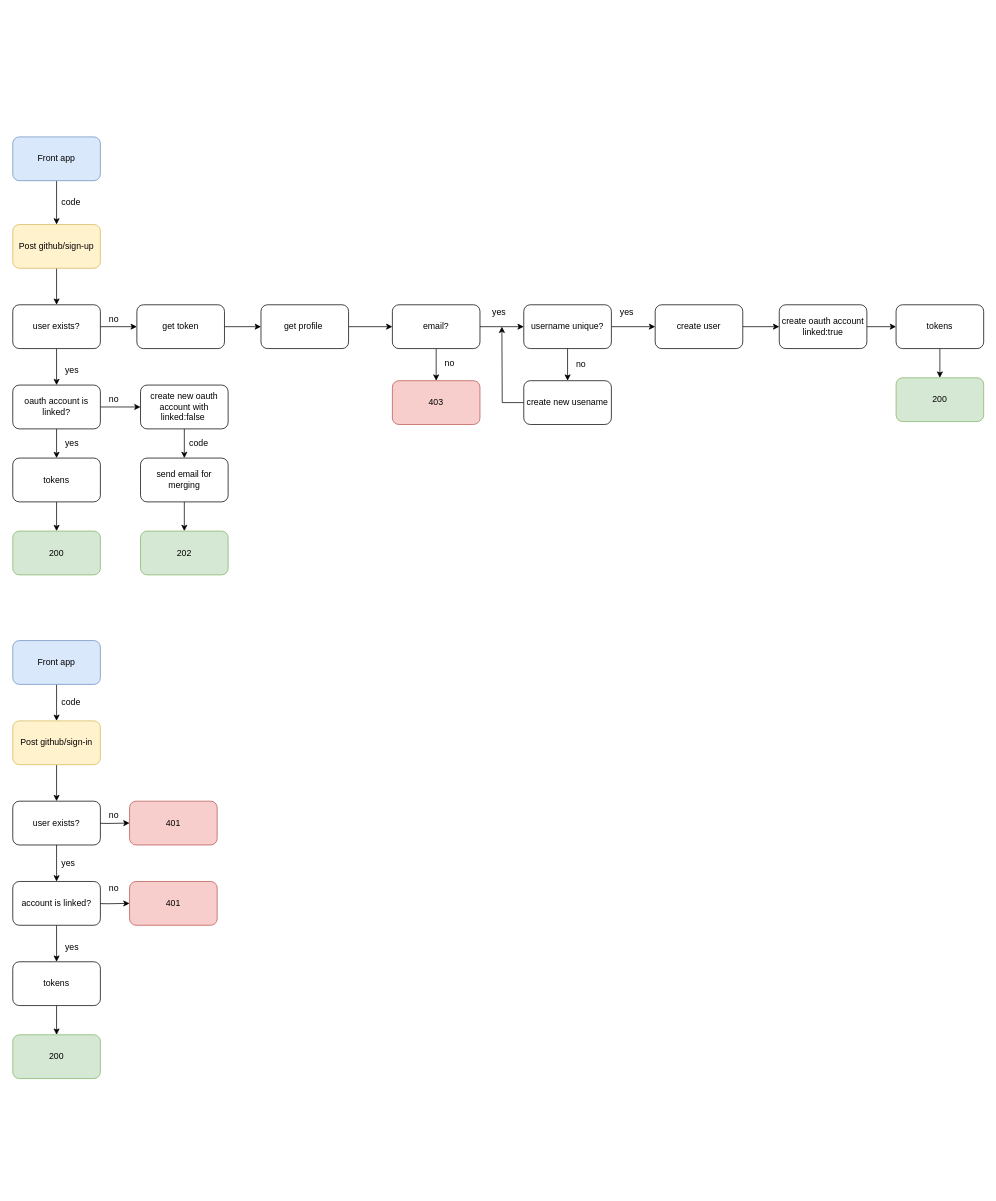
This is oauth.schema.drawio from INCTAGRAM/inctagram-back, a draw.io file, before an edit. Source tidied: cells renumbered, new cells numbered last; positions are measured from the earlier drawing's top-left corner, leaving out a move shared by most shapes. Both pictures are drawn from the tidied source at 73%, with x=0, y=0 at pixel (12, 137).
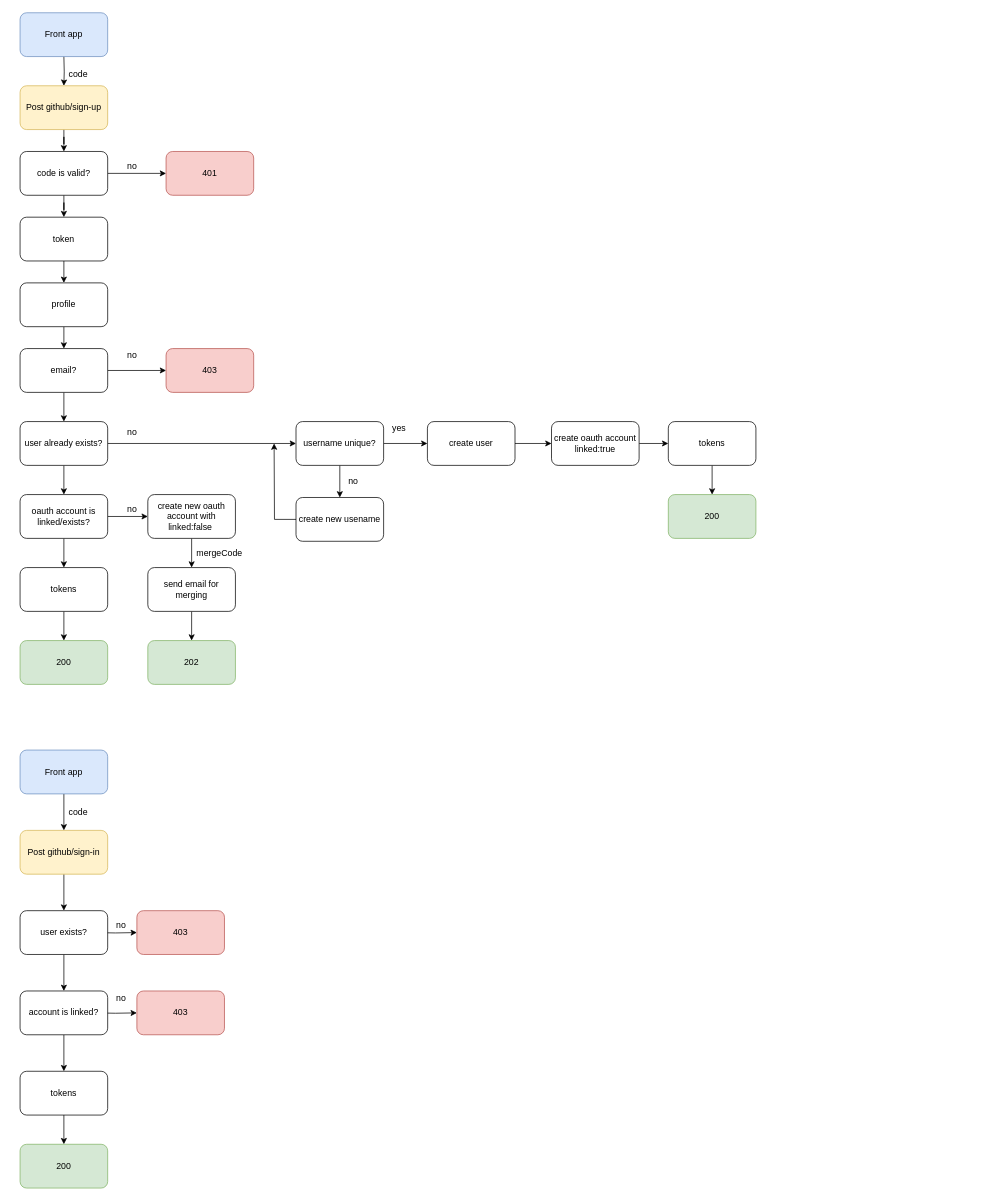
The same page after the edit.

Commit message:
fix: oauth struct schema

Change to the diagram source:
```diff
@@
-    <mxCell id="2" style="edgeStyle=orthogonalEdgeStyle;rounded=0;jettySize=auto;html=1;exitX=0.5;exitY=1;exitDx=0;exitDy=0;" parent="1" edge="1" source="3" target="7">
-      <mxGeometry relative="1" as="geometry" />
-    </mxCell>
+    <mxCell id="70" style="edgeStyle=orthogonalEdgeStyle;rounded=0;jettySize=auto;html=1;exitX=0.5;exitY=1;exitDx=0;exitDy=0;" parent="1" edge="1" source="3" target="79">
+      <mxGeometry relative="1" as="geometry" />
+    </mxCell>
     <mxCell id="3" value="Post github/sign-up" style="rounded=1;whiteSpace=wrap;html=1;fillColor=#fff2cc;strokeColor=#d6b656;" parent="1" vertex="1">
-      <mxGeometry y="120" width="120" height="60" as="geometry" />
+      <mxGeometry x="10" y="-70" width="120" height="60" as="geometry" />
     </mxCell>
     <mxCell id="4" value="code" style="text;html=1;align=left;verticalAlign=top;spacingTop=-4;" parent="1" vertex="1">
-      <mxGeometry x="65" y="80" width="40" height="20" as="geometry" />
+      <mxGeometry x="75" y="-95" width="40" height="20" as="geometry" />
     </mxCell>
@@
-    <mxCell id="6" style="edgeStyle=orthogonalEdgeStyle;rounded=0;jettySize=auto;html=1;exitX=1;exitY=0.5;exitDx=0;exitDy=0;" parent="1" edge="1" source="7" target="19">
-      <mxGeometry relative="1" as="geometry" />
-    </mxCell>
+    <mxCell id="71" style="edgeStyle=orthogonalEdgeStyle;rounded=0;jettySize=auto;html=1;exitX=1;exitY=0.5;exitDx=0;exitDy=0;entryX=0;entryY=0.5;entryDx=0;entryDy=0;" parent="1" edge="1" source="7" target="40">
+      <mxGeometry relative="1" as="geometry" />
+    </mxCell>
-    <mxCell id="7" value="user exists?" style="rounded=1;whiteSpace=wrap;html=1;" parent="1" vertex="1">
-      <mxGeometry y="230" width="120" height="60" as="geometry" />
+    <mxCell id="7" value="user already exists?" style="rounded=1;whiteSpace=wrap;html=1;" parent="1" vertex="1">
+      <mxGeometry x="10" y="390" width="120" height="60" as="geometry" />
     </mxCell>
@@
-    <mxCell id="10" value="oauth account is linked?" style="rounded=1;whiteSpace=wrap;html=1;" parent="1" vertex="1">
-      <mxGeometry y="340" width="120" height="60" as="geometry" />
+    <mxCell id="10" value="oauth account is linked/exists?" style="rounded=1;whiteSpace=wrap;html=1;" parent="1" vertex="1">
+      <mxGeometry x="10" y="490" width="120" height="60" as="geometry" />
     </mxCell>
-    <mxCell id="11" value="yes" style="text;html=1;align=left;verticalAlign=top;spacingTop=-4;" parent="1" vertex="1">
-      <mxGeometry x="70" y="310" width="30" height="20" as="geometry" />
-    </mxCell>
@@
     <mxCell id="13" value="tokens" style="rounded=1;whiteSpace=wrap;html=1;" parent="1" vertex="1">
-      <mxGeometry y="440" width="120" height="60" as="geometry" />
+      <mxGeometry x="10" y="590" width="120" height="60" as="geometry" />
     </mxCell>
-    <mxCell id="14" value="yes" style="text;html=1;align=left;verticalAlign=top;spacingTop=-4;" parent="1" vertex="1">
-      <mxGeometry x="70" y="410" width="30" height="20" as="geometry" />
-    </mxCell>
@@
     <mxCell id="16" value="send email for merging" style="rounded=1;whiteSpace=wrap;html=1;" parent="1" vertex="1">
-      <mxGeometry x="175" y="440" width="120" height="60" as="geometry" />
+      <mxGeometry x="185" y="590" width="120" height="60" as="geometry" />
     </mxCell>
     <mxCell id="17" value="no" style="text;html=1;align=left;verticalAlign=top;spacingTop=-4;" parent="1" vertex="1">
-      <mxGeometry x="130" y="350" width="30" height="20" as="geometry" />
+      <mxGeometry x="155" y="500" width="30" height="20" as="geometry" />
     </mxCell>
-    <mxCell id="18" style="edgeStyle=orthogonalEdgeStyle;rounded=0;jettySize=auto;html=1;exitX=1;exitY=0.5;exitDx=0;exitDy=0;entryX=0;entryY=0.5;entryDx=0;entryDy=0;" parent="1" edge="1" source="19" target="21">
-      <mxGeometry relative="1" as="geometry" />
-    </mxCell>
-    <mxCell id="19" value="get token" style="rounded=1;whiteSpace=wrap;html=1;" parent="1" vertex="1">
-      <mxGeometry x="170" y="230" width="120" height="60" as="geometry" />
-    </mxCell>
-    <mxCell id="20" style="edgeStyle=orthogonalEdgeStyle;rounded=0;jettySize=auto;html=1;exitX=1;exitY=0.5;exitDx=0;exitDy=0;" parent="1" edge="1" source="21" target="34">
-      <mxGeometry relative="1" as="geometry" />
-    </mxCell>
-    <mxCell id="21" value="get profile&amp;nbsp;" style="rounded=1;whiteSpace=wrap;html=1;" parent="1" vertex="1">
-      <mxGeometry x="340" y="230" width="120" height="60" as="geometry" />
-    </mxCell>
@@
     <mxCell id="23" value="create user" style="rounded=1;whiteSpace=wrap;html=1;" parent="1" vertex="1">
-      <mxGeometry x="880" y="230" width="120" height="60" as="geometry" />
+      <mxGeometry x="568" y="390" width="120" height="60" as="geometry" />
     </mxCell>
@@
     <mxCell id="25" value="create oauth account&lt;br&gt;linked:true" style="rounded=1;whiteSpace=wrap;html=1;" parent="1" vertex="1">
-      <mxGeometry x="1050" y="230" width="120" height="60" as="geometry" />
+      <mxGeometry x="738" y="390" width="120" height="60" as="geometry" />
     </mxCell>
@@
     <mxCell id="27" value="tokens" style="rounded=1;whiteSpace=wrap;html=1;" parent="1" vertex="1">
-      <mxGeometry x="1210" y="230" width="120" height="60" as="geometry" />
+      <mxGeometry x="898" y="390" width="120" height="60" as="geometry" />
     </mxCell>
     <mxCell id="28" value="202" style="rounded=1;whiteSpace=wrap;html=1;fillColor=#d5e8d4;strokeColor=#82b366;" parent="1" vertex="1">
-      <mxGeometry x="175" y="540" width="120" height="60" as="geometry" />
+      <mxGeometry x="185" y="690" width="120" height="60" as="geometry" />
     </mxCell>
     <mxCell id="29" value="200" style="rounded=1;whiteSpace=wrap;html=1;fillColor=#d5e8d4;strokeColor=#82b366;" parent="1" vertex="1">
-      <mxGeometry y="540" width="120" height="60" as="geometry" />
+      <mxGeometry x="10" y="690" width="120" height="60" as="geometry" />
     </mxCell>
     <mxCell id="30" value="200" style="rounded=1;whiteSpace=wrap;html=1;fillColor=#d5e8d4;strokeColor=#82b366;" parent="1" vertex="1">
-      <mxGeometry x="1210" y="330" width="120" height="60" as="geometry" />
+      <mxGeometry x="898" y="490" width="120" height="60" as="geometry" />
     </mxCell>
-    <mxCell id="31" value="no" style="text;html=1;align=left;verticalAlign=top;spacingTop=-4;" parent="1" vertex="1">
-      <mxGeometry x="130" y="240" width="30" height="20" as="geometry" />
-    </mxCell>
-    <mxCell id="32" style="edgeStyle=orthogonalEdgeStyle;rounded=0;jettySize=auto;html=1;exitX=0.5;exitY=1;exitDx=0;exitDy=0;entryX=0.5;entryY=0;entryDx=0;entryDy=0;" parent="1" edge="1" source="34" target="36">
-      <mxGeometry relative="1" as="geometry" />
-    </mxCell>
-    <mxCell id="33" style="edgeStyle=orthogonalEdgeStyle;rounded=0;jettySize=auto;html=1;exitX=1;exitY=0.5;exitDx=0;exitDy=0;entryX=0;entryY=0.5;entryDx=0;entryDy=0;" parent="1" edge="1" source="34" target="40">
-      <mxGeometry relative="1" as="geometry" />
-    </mxCell>
-    <mxCell id="34" value="email?" style="rounded=1;whiteSpace=wrap;html=1;" parent="1" vertex="1">
-      <mxGeometry x="520" y="230" width="120" height="60" as="geometry" />
-    </mxCell>
-    <mxCell id="35" value="yes" style="text;html=1;align=left;verticalAlign=top;spacingTop=-4;" parent="1" vertex="1">
-      <mxGeometry x="655" y="230" width="30" height="20" as="geometry" />
+    <mxCell id="35" value="no" style="text;html=1;align=left;verticalAlign=top;spacingTop=-4;" parent="1" vertex="1">
+      <mxGeometry x="155" y="395" width="30" height="20" as="geometry" />
     </mxCell>
     <mxCell id="36" value="403" style="rounded=1;whiteSpace=wrap;html=1;fillColor=#f8cecc;strokeColor=#b85450;" parent="1" vertex="1">
-      <mxGeometry x="520" y="334" width="120" height="60" as="geometry" />
+      <mxGeometry x="210" y="290" width="120" height="60" as="geometry" />
     </mxCell>
     <mxCell id="37" value="no" style="text;html=1;align=left;verticalAlign=top;spacingTop=-4;" parent="1" vertex="1">
-      <mxGeometry x="590" y="300" width="30" height="20" as="geometry" />
+      <mxGeometry x="155" y="290" width="30" height="20" as="geometry" />
     </mxCell>
@@
     <mxCell id="40" value="username unique?" style="rounded=1;whiteSpace=wrap;html=1;" parent="1" vertex="1">
-      <mxGeometry x="700" y="230" width="120" height="60" as="geometry" />
+      <mxGeometry x="388" y="390" width="120" height="60" as="geometry" />
     </mxCell>
     <mxCell id="41" value="yes" style="text;html=1;align=left;verticalAlign=top;spacingTop=-4;" parent="1" vertex="1">
-      <mxGeometry x="830" y="230" width="30" height="20" as="geometry" />
+      <mxGeometry x="518" y="390" width="30" height="20" as="geometry" />
     </mxCell>
     <mxCell id="42" style="edgeStyle=orthogonalEdgeStyle;rounded=0;jettySize=auto;html=1;exitX=0;exitY=0.5;exitDx=0;exitDy=0;" parent="1" edge="1" source="43">
       <mxGeometry relative="1" as="geometry">
-        <mxPoint x="670" y="260" as="targetPoint" />
+        <mxPoint x="358" y="420" as="targetPoint" />
       </mxGeometry>
     </mxCell>
     <mxCell id="43" value="create new usename" style="rounded=1;whiteSpace=wrap;html=1;" parent="1" vertex="1">
-      <mxGeometry x="700" y="334" width="120" height="60" as="geometry" />
+      <mxGeometry x="388" y="494" width="120" height="60" as="geometry" />
     </mxCell>
@@
     <mxCell id="45" value="create new oauth account with linked:false&amp;nbsp;" style="rounded=1;whiteSpace=wrap;html=1;" parent="1" vertex="1">
-      <mxGeometry x="175" y="340" width="120" height="60" as="geometry" />
+      <mxGeometry x="185" y="490" width="120" height="60" as="geometry" />
     </mxCell>
-    <mxCell id="46" value="code" style="text;html=1;align=left;verticalAlign=top;spacingTop=-4;" parent="1" vertex="1">
-      <mxGeometry x="240" y="410" width="40" height="20" as="geometry" />
+    <mxCell id="46" value="mergeCode&amp;nbsp;" style="text;html=1;align=left;verticalAlign=top;spacingTop=-4;" parent="1" vertex="1">
+      <mxGeometry x="250" y="560" width="80" height="20" as="geometry" />
     </mxCell>
@@
     <mxCell id="48" value="Post github/sign-in" style="rounded=1;whiteSpace=wrap;html=1;fillColor=#fff2cc;strokeColor=#d6b656;" parent="1" vertex="1">
-      <mxGeometry y="800" width="120" height="60" as="geometry" />
+      <mxGeometry x="10" y="950" width="120" height="60" as="geometry" />
     </mxCell>
     <mxCell id="49" value="no" style="text;html=1;align=left;verticalAlign=top;spacingTop=-4;" parent="1" vertex="1">
-      <mxGeometry x="770" y="302" width="30" height="20" as="geometry" />
+      <mxGeometry x="458" y="462" width="30" height="20" as="geometry" />
     </mxCell>
-    <mxCell id="50" style="edgeStyle=orthogonalEdgeStyle;rounded=0;jettySize=auto;html=1;entryX=0.5;entryY=0;entryDx=0;entryDy=0;" parent="1" edge="1" source="51" target="3">
-      <mxGeometry relative="1" as="geometry" />
+    <mxCell id="50" style="edgeStyle=orthogonalEdgeStyle;rounded=0;jettySize=auto;html=1;entryX=0.5;entryY=0;entryDx=0;entryDy=0;" parent="1" edge="1" target="3">
+      <mxGeometry relative="1" as="geometry">
+        <mxPoint x="70" y="-110" as="sourcePoint" />
+      </mxGeometry>
     </mxCell>
     <mxCell id="51" value="Front app" style="rounded=1;whiteSpace=wrap;html=1;fillColor=#dae8fc;strokeColor=#6c8ebf;" parent="1" vertex="1">
-      <mxGeometry width="120" height="60" as="geometry" />
+      <mxGeometry x="10" y="-170" width="120" height="60" as="geometry" />
     </mxCell>
@@
     <mxCell id="53" value="Front app" style="rounded=1;whiteSpace=wrap;html=1;fillColor=#dae8fc;strokeColor=#6c8ebf;" parent="1" vertex="1">
-      <mxGeometry y="690" width="120" height="60" as="geometry" />
+      <mxGeometry x="10" y="840" width="120" height="60" as="geometry" />
     </mxCell>
     <mxCell id="54" value="code" style="text;html=1;align=left;verticalAlign=top;spacingTop=-4;" parent="1" vertex="1">
-      <mxGeometry x="65" y="765" width="40" height="20" as="geometry" />
+      <mxGeometry x="75" y="915" width="40" height="20" as="geometry" />
     </mxCell>
-    <mxCell id="55" value="401" style="rounded=1;whiteSpace=wrap;html=1;fillColor=#f8cecc;strokeColor=#b85450;" parent="1" vertex="1">
-      <mxGeometry x="160" y="910" width="120" height="60" as="geometry" />
+    <mxCell id="55" value="403" style="rounded=1;whiteSpace=wrap;html=1;fillColor=#f8cecc;strokeColor=#b85450;" parent="1" vertex="1">
+      <mxGeometry x="170" y="1060" width="120" height="60" as="geometry" />
     </mxCell>
     <mxCell id="56" style="edgeStyle=orthogonalEdgeStyle;rounded=0;jettySize=auto;html=1;exitX=1;exitY=0.5;exitDx=0;exitDy=0;entryX=0;entryY=0.5;entryDx=0;entryDy=0;" parent="1" edge="1" target="55">
       <mxGeometry relative="1" as="geometry">
-        <mxPoint x="100" y="940" as="sourcePoint" />
+        <mxPoint x="110" y="1090" as="sourcePoint" />
       </mxGeometry>
     </mxCell>
     <mxCell id="57" value="no" style="text;html=1;align=left;verticalAlign=top;spacingTop=-4;" parent="1" vertex="1">
-      <mxGeometry x="130" y="920" width="30" height="20" as="geometry" />
+      <mxGeometry x="140" y="1070" width="30" height="20" as="geometry" />
     </mxCell>
-    <mxCell id="58" value="yes" style="text;html=1;align=left;verticalAlign=top;spacingTop=-4;" parent="1" vertex="1">
-      <mxGeometry x="65" y="985" width="30" height="20" as="geometry" />
-    </mxCell>
     <mxCell id="59" style="edgeStyle=orthogonalEdgeStyle;rounded=0;jettySize=auto;html=1;exitX=1;exitY=0.5;exitDx=0;exitDy=0;" parent="1" edge="1" target="61">
       <mxGeometry relative="1" as="geometry">
-        <mxPoint x="100" y="1050" as="sourcePoint" />
+        <mxPoint x="110" y="1200" as="sourcePoint" />
       </mxGeometry>
     </mxCell>
@@
-    <mxCell id="61" value="401" style="rounded=1;whiteSpace=wrap;html=1;fillColor=#f8cecc;strokeColor=#b85450;" parent="1" vertex="1">
-      <mxGeometry x="160" y="1020" width="120" height="60" as="geometry" />
+    <mxCell id="61" value="403" style="rounded=1;whiteSpace=wrap;html=1;fillColor=#f8cecc;strokeColor=#b85450;" parent="1" vertex="1">
+      <mxGeometry x="170" y="1170" width="120" height="60" as="geometry" />
     </mxCell>
     <mxCell id="62" value="no" style="text;html=1;align=left;verticalAlign=top;spacingTop=-4;" parent="1" vertex="1">
-      <mxGeometry x="130" y="1020" width="30" height="20" as="geometry" />
+      <mxGeometry x="140" y="1170" width="30" height="20" as="geometry" />
     </mxCell>
-    <mxCell id="63" value="yes" style="text;html=1;align=left;verticalAlign=top;spacingTop=-4;" parent="1" vertex="1">
-      <mxGeometry x="70" y="1100" width="30" height="20" as="geometry" />
-    </mxCell>
@@
     <mxCell id="65" value="tokens" style="rounded=1;whiteSpace=wrap;html=1;" parent="1" vertex="1">
-      <mxGeometry y="1130" width="120" height="60" as="geometry" />
+      <mxGeometry x="10" y="1280" width="120" height="60" as="geometry" />
     </mxCell>
     <mxCell id="66" value="200" style="rounded=1;whiteSpace=wrap;html=1;fillColor=#d5e8d4;strokeColor=#82b366;" parent="1" vertex="1">
-      <mxGeometry y="1230" width="120" height="60" as="geometry" />
+      <mxGeometry x="10" y="1380" width="120" height="60" as="geometry" />
     </mxCell>
@@
     <mxCell id="68" value="user exists?" style="rounded=1;whiteSpace=wrap;html=1;" parent="1" vertex="1">
-      <mxGeometry y="910" width="120" height="60" as="geometry" />
+      <mxGeometry x="10" y="1060" width="120" height="60" as="geometry" />
     </mxCell>
     <mxCell id="69" value="account is linked?" style="rounded=1;whiteSpace=wrap;html=1;" parent="1" vertex="1">
-      <mxGeometry y="1020" width="120" height="60" as="geometry" />
+      <mxGeometry x="10" y="1170" width="120" height="60" as="geometry" />
     </mxCell>
+    <mxCell id="72" style="edgeStyle=orthogonalEdgeStyle;rounded=0;jettySize=auto;html=1;exitX=0.5;exitY=1;exitDx=0;exitDy=0;entryX=0.5;entryY=0;entryDx=0;entryDy=0;" parent="1" edge="1" source="73" target="75">
+      <mxGeometry relative="1" as="geometry" />
+    </mxCell>
+    <mxCell id="73" value="token" style="rounded=1;whiteSpace=wrap;html=1;" parent="1" vertex="1">
+      <mxGeometry x="10" y="110" width="120" height="60" as="geometry" />
+    </mxCell>
+    <mxCell id="74" style="edgeStyle=orthogonalEdgeStyle;rounded=0;jettySize=auto;html=1;exitX=0.5;exitY=1;exitDx=0;exitDy=0;entryX=0.5;entryY=0;entryDx=0;entryDy=0;" parent="1" edge="1" source="75" target="34">
+      <mxGeometry relative="1" as="geometry" />
+    </mxCell>
+    <mxCell id="75" value="profile" style="rounded=1;whiteSpace=wrap;html=1;" parent="1" vertex="1">
+      <mxGeometry x="10" y="200" width="120" height="60" as="geometry" />
+    </mxCell>
+    <mxCell id="76" value="401" style="rounded=1;whiteSpace=wrap;html=1;fillColor=#f8cecc;strokeColor=#b85450;" parent="1" vertex="1">
+      <mxGeometry x="210" y="20" width="120" height="60" as="geometry" />
+    </mxCell>
+    <mxCell id="77" style="edgeStyle=orthogonalEdgeStyle;rounded=0;jettySize=auto;html=1;exitX=1;exitY=0.5;exitDx=0;exitDy=0;entryX=0;entryY=0.5;entryDx=0;entryDy=0;" parent="1" edge="1" source="79" target="76">
+      <mxGeometry relative="1" as="geometry" />
+    </mxCell>
+    <mxCell id="78" style="edgeStyle=orthogonalEdgeStyle;rounded=0;jettySize=auto;html=1;exitX=0.5;exitY=1;exitDx=0;exitDy=0;" parent="1" edge="1" source="79" target="73">
+      <mxGeometry relative="1" as="geometry" />
+    </mxCell>
+    <mxCell id="79" value="code is valid?" style="rounded=1;whiteSpace=wrap;html=1;" parent="1" vertex="1">
+      <mxGeometry x="10" y="20" width="120" height="60" as="geometry" />
+    </mxCell>
+    <mxCell id="31" value="no&lt;br&gt;" style="text;html=1;align=left;verticalAlign=top;spacingTop=-4;" parent="1" vertex="1">
+      <mxGeometry x="155" y="30" width="30" height="20" as="geometry" />
+    </mxCell>
+    <mxCell id="32" style="edgeStyle=orthogonalEdgeStyle;rounded=0;jettySize=auto;html=1;exitX=1;exitY=0.5;exitDx=0;exitDy=0;entryX=0;entryY=0.5;entryDx=0;entryDy=0;" parent="1" edge="1" source="34" target="36">
+      <mxGeometry relative="1" as="geometry" />
+    </mxCell>
+    <mxCell id="80" style="edgeStyle=orthogonalEdgeStyle;rounded=0;jettySize=auto;html=1;exitX=0.5;exitY=1;exitDx=0;exitDy=0;entryX=0.5;entryY=0;entryDx=0;entryDy=0;" parent="1" edge="1" source="34" target="7">
+      <mxGeometry relative="1" as="geometry" />
+    </mxCell>
+    <mxCell id="34" value="email?" style="rounded=1;whiteSpace=wrap;html=1;" parent="1" vertex="1">
+      <mxGeometry x="10" y="290" width="120" height="60" as="geometry" />
+    </mxCell>
```
